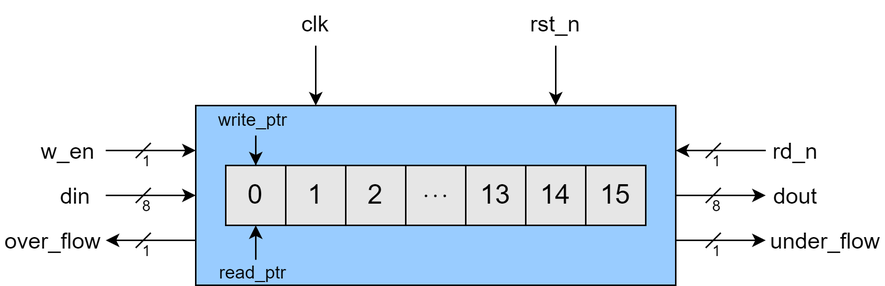
Earlier version of the draw.io export figures/sync_fifo.png (jorjorrrrrr/FIFO_UVM). Source tidied: cells renumbered, new cells last; positions are measured from the earlier drawing's top-left corner, leaving out a move shared by most shapes.
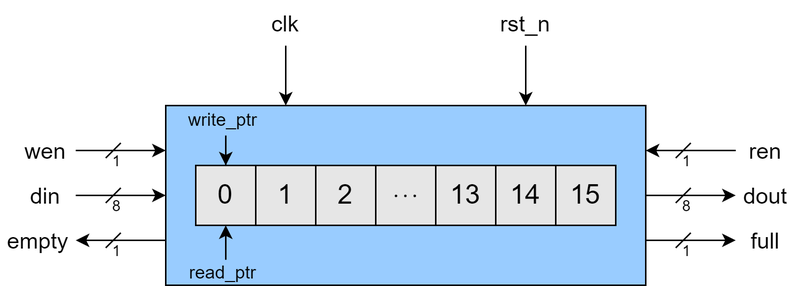
Above is the later version.

The edit, as a diff of the source:
```diff
@@ -50,8 +50,8 @@
     <mxCell id="17" style="edgeStyle=orthogonalEdgeStyle;rounded=0;jettySize=auto;html=1;entryX=0;entryY=0.25;entryDx=0;entryDy=0;" parent="1" edge="1" source="18" target="5">
       <mxGeometry relative="1" as="geometry" />
     </mxCell>
-    <mxCell id="18" value="w_en" style="text;html=1;align=center;verticalAlign=middle;whiteSpace=wrap;rounded=0;fontSize=15;" parent="1" vertex="1">
-      <mxGeometry x="20" y="85" width="50" height="30" as="geometry" />
+    <mxCell id="18" value="wen" style="text;html=1;align=center;verticalAlign=middle;whiteSpace=wrap;rounded=0;fontSize=15;" parent="1" vertex="1">
+      <mxGeometry x="30" y="85" width="40" height="30" as="geometry" />
     </mxCell>
     <mxCell id="19" style="edgeStyle=orthogonalEdgeStyle;rounded=0;jettySize=auto;html=1;entryX=0;entryY=0.5;entryDx=0;entryDy=0;" parent="1" edge="1" source="20" target="5">
       <mxGeometry relative="1" as="geometry" />
@@ -59,11 +59,11 @@
     <mxCell id="20" value="din" style="text;html=1;align=center;verticalAlign=middle;whiteSpace=wrap;rounded=0;fontSize=15;" parent="1" vertex="1">
       <mxGeometry x="30" y="115" width="40" height="30" as="geometry" />
     </mxCell>
-    <mxCell id="21" value="over_flow" style="text;html=1;align=center;verticalAlign=middle;whiteSpace=wrap;rounded=0;fontSize=15;" parent="1" vertex="1">
-      <mxGeometry y="145" width="70" height="30" as="geometry" />
+    <mxCell id="21" value="empty" style="text;html=1;align=center;verticalAlign=middle;whiteSpace=wrap;rounded=0;fontSize=15;" parent="1" vertex="1">
+      <mxGeometry x="20" y="145" width="50" height="30" as="geometry" />
     </mxCell>
-    <mxCell id="22" value="under_flow" style="text;html=1;align=center;verticalAlign=middle;whiteSpace=wrap;rounded=0;fontSize=15;" parent="1" vertex="1">
-      <mxGeometry x="510" y="145" width="80" height="30" as="geometry" />
+    <mxCell id="22" value="full" style="text;html=1;align=center;verticalAlign=middle;whiteSpace=wrap;rounded=0;fontSize=15;" parent="1" vertex="1">
+      <mxGeometry x="510" y="145" width="40" height="30" as="geometry" />
     </mxCell>
     <mxCell id="23" value="dout" style="text;html=1;align=center;verticalAlign=middle;whiteSpace=wrap;rounded=0;fontSize=15;" parent="1" vertex="1">
       <mxGeometry x="510" y="115" width="40" height="30" as="geometry" />
@@ -71,7 +71,7 @@
     <mxCell id="24" style="edgeStyle=orthogonalEdgeStyle;rounded=0;jettySize=auto;html=1;entryX=1;entryY=0.25;entryDx=0;entryDy=0;" parent="1" edge="1" source="25" target="5">
       <mxGeometry relative="1" as="geometry" />
     </mxCell>
-    <mxCell id="25" value="rd_n" style="text;html=1;align=center;verticalAlign=middle;whiteSpace=wrap;rounded=0;fontSize=15;" parent="1" vertex="1">
+    <mxCell id="25" value="ren" style="text;html=1;align=center;verticalAlign=middle;whiteSpace=wrap;rounded=0;fontSize=15;" parent="1" vertex="1">
       <mxGeometry x="510" y="85" width="40" height="30" as="geometry" />
     </mxCell>
     <mxCell id="26" style="edgeStyle=orthogonalEdgeStyle;rounded=0;jettySize=auto;html=1;entryX=0.5;entryY=1;entryDx=0;entryDy=0;" parent="1" edge="1" source="27" target="6">
```
